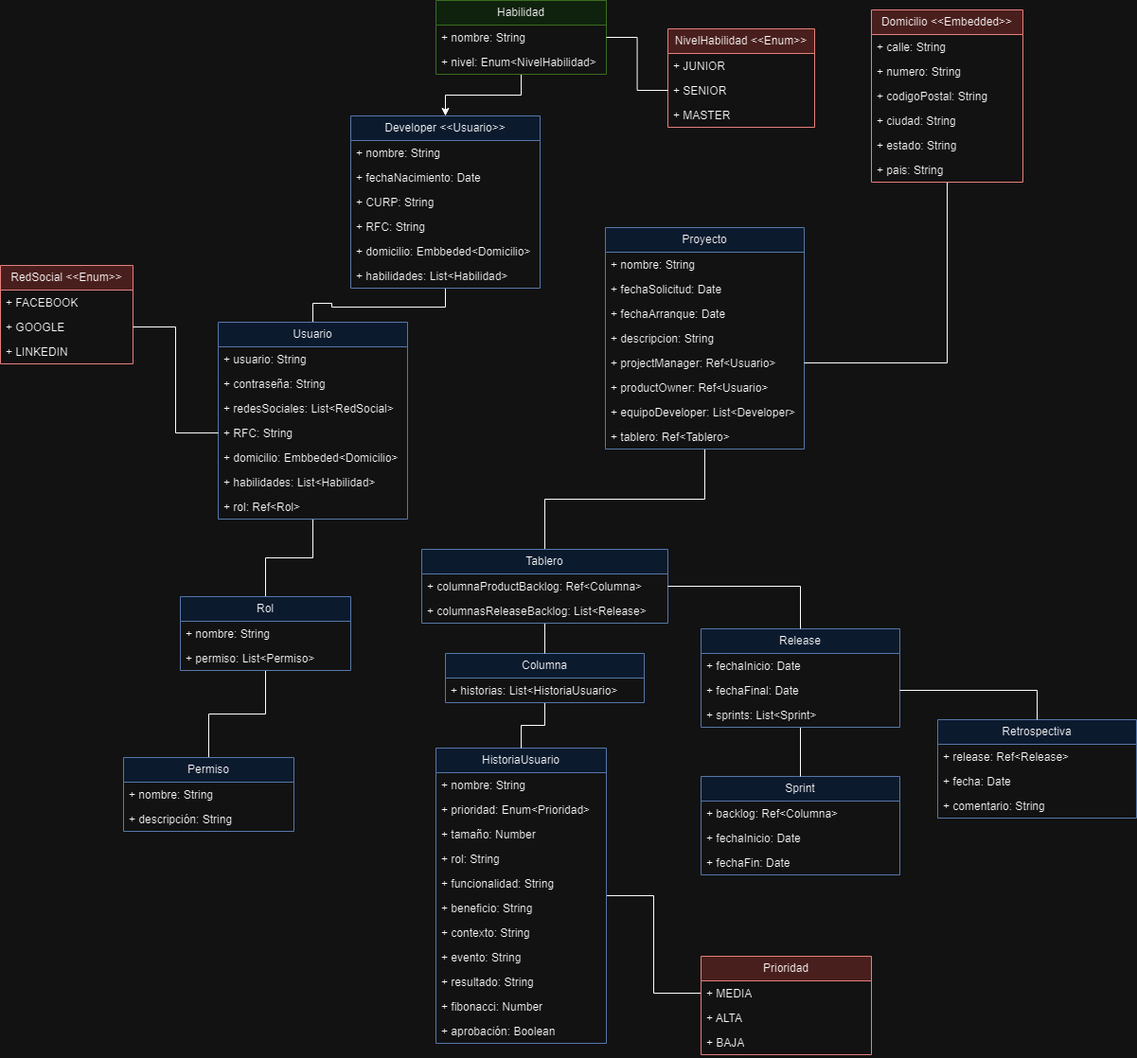
Earlier version of the draw.io export images/diagramadeclases.png (andrea441/proyecto-reto). Source tidied: cells renumbered, new cells last; positions are measured from the earlier drawing's top-left corner, leaving out a move shared by most shapes.
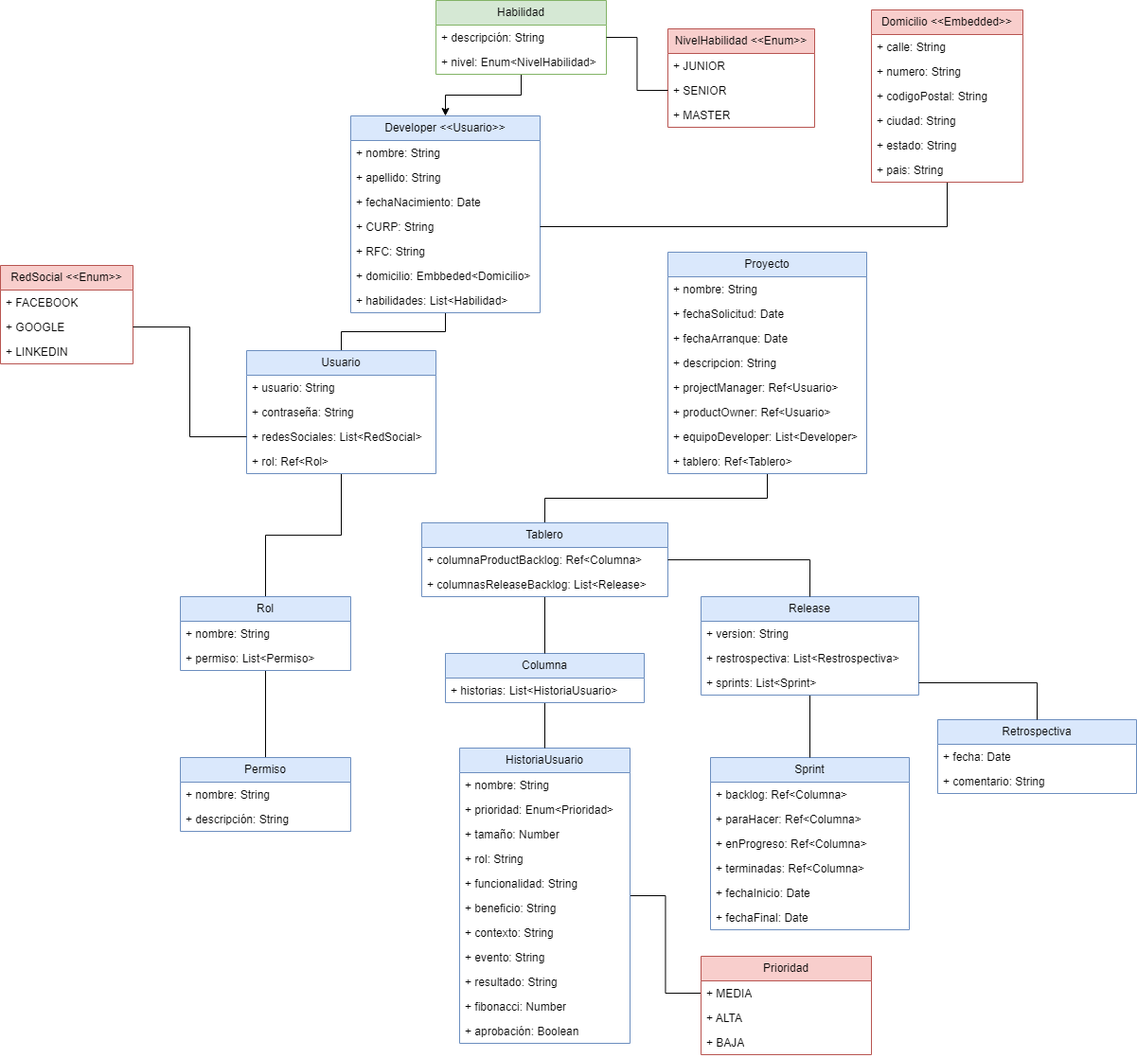
Later version of the same file.

Commit message:
Actualizando el diagrama de clases

What changed in the source:
```diff
@@ -6,7 +6,7 @@
       <mxGeometry relative="1" as="geometry" />
     </mxCell>
     <mxCell id="3" value="Proyecto" style="swimlane;fontStyle=0;horizontal=1;startSize=26;fillColor=#dae8fc;whiteSpace=wrap;html=1;strokeColor=#6c8ebf;" parent="1" vertex="1">
-      <mxGeometry x="639" y="240" width="210" height="234" as="geometry" />
+      <mxGeometry x="705" y="266" width="210" height="234" as="geometry" />
     </mxCell>
     <mxCell id="4" value="+ nombre: String" style="text;strokeColor=none;fillColor=none;align=left;verticalAlign=top;spacingLeft=4;spacingRight=4;overflow=hidden;whiteSpace=wrap;html=1;" parent="3" vertex="1">
       <mxGeometry y="26" width="210" height="26" as="geometry" />
@@ -36,27 +36,30 @@
       <mxGeometry relative="1" as="geometry" />
     </mxCell>
     <mxCell id="13" value="Developer &amp;lt;&amp;lt;Usuario&amp;gt;&amp;gt;" style="swimlane;fontStyle=0;horizontal=1;startSize=26;fillColor=#dae8fc;whiteSpace=wrap;html=1;strokeColor=#6c8ebf;" parent="1" vertex="1">
-      <mxGeometry x="370" y="122" width="200" height="182" as="geometry" />
+      <mxGeometry x="370" y="122" width="200" height="208" as="geometry" />
     </mxCell>
     <mxCell id="14" value="+ nombre: String" style="text;strokeColor=none;fillColor=none;align=left;verticalAlign=top;spacingLeft=4;spacingRight=4;overflow=hidden;whiteSpace=wrap;html=1;" parent="13" vertex="1">
       <mxGeometry y="26" width="200" height="26" as="geometry" />
     </mxCell>
+    <mxCell id="97" value="+ apellido: String" style="text;strokeColor=none;fillColor=none;align=left;verticalAlign=top;spacingLeft=4;spacingRight=4;overflow=hidden;whiteSpace=wrap;html=1;" parent="13" vertex="1">
+      <mxGeometry y="52" width="200" height="26" as="geometry" />
+    </mxCell>
     <mxCell id="15" value="+ fechaNacimiento: Date" style="text;strokeColor=none;fillColor=none;align=left;verticalAlign=top;spacingLeft=4;spacingRight=4;overflow=hidden;whiteSpace=wrap;html=1;" parent="13" vertex="1">
-      <mxGeometry y="52" width="200" height="26" as="geometry" />
+      <mxGeometry y="78" width="200" height="26" as="geometry" />
     </mxCell>
     <mxCell id="16" value="+ CURP: String" style="text;strokeColor=none;fillColor=none;align=left;verticalAlign=top;spacingLeft=4;spacingRight=4;overflow=hidden;points=[[0,0.5],[1,0.5]];portConstraint=eastwest;whiteSpace=wrap;html=1;" parent="13" vertex="1">
-      <mxGeometry y="78" width="200" height="26" as="geometry" />
+      <mxGeometry y="104" width="200" height="26" as="geometry" />
     </mxCell>
     <mxCell id="17" value="+ RFC: String" style="text;strokeColor=none;fillColor=none;align=left;verticalAlign=top;spacingLeft=4;spacingRight=4;overflow=hidden;whiteSpace=wrap;html=1;" parent="13" vertex="1">
-      <mxGeometry y="104" width="200" height="26" as="geometry" />
+      <mxGeometry y="130" width="200" height="26" as="geometry" />
     </mxCell>
     <mxCell id="18" value="+ domicilio: Embbeded&amp;lt;Domicilio&amp;gt;" style="text;strokeColor=none;fillColor=none;align=left;verticalAlign=top;spacingLeft=4;spacingRight=4;overflow=hidden;whiteSpace=wrap;html=1;" parent="13" vertex="1">
-      <mxGeometry y="130" width="200" height="26" as="geometry" />
+      <mxGeometry y="156" width="200" height="26" as="geometry" />
     </mxCell>
     <mxCell id="19" value="+ habilidades: List&amp;lt;Habilidad&amp;gt;" style="text;strokeColor=none;fillColor=none;align=left;verticalAlign=top;spacingLeft=4;spacingRight=4;overflow=hidden;whiteSpace=wrap;html=1;" parent="13" vertex="1">
-      <mxGeometry y="156" width="200" height="26" as="geometry" />
+      <mxGeometry y="182" width="200" height="26" as="geometry" />
     </mxCell>
-    <mxCell id="20" style="edgeStyle=orthogonalEdgeStyle;rounded=0;jettySize=auto;html=1;entryX=1;entryY=0.5;entryDx=0;entryDy=0;endArrow=none;endFill=0;" parent="1" edge="1" source="21" target="8">
+    <mxCell id="20" style="edgeStyle=orthogonalEdgeStyle;rounded=0;jettySize=auto;html=1;entryX=1;entryY=0.5;entryDx=0;entryDy=0;endArrow=none;endFill=0;" parent="1" edge="1" source="21" target="16">
       <mxGeometry relative="1" as="geometry" />
     </mxCell>
     <mxCell id="21" value="Domicilio &amp;lt;&amp;lt;Embedded&amp;gt;&amp;gt;" style="swimlane;fontStyle=0;horizontal=1;startSize=26;fillColor=#f8cecc;whiteSpace=wrap;html=1;strokeColor=#b85450;" parent="1" vertex="1">
@@ -98,7 +101,7 @@
     <mxCell id="33" value="Habilidad" style="swimlane;fontStyle=0;horizontal=1;startSize=26;fillColor=#d5e8d4;whiteSpace=wrap;html=1;strokeColor=#82b366;" parent="1" vertex="1">
       <mxGeometry x="460" width="180" height="78" as="geometry" />
     </mxCell>
-    <mxCell id="34" value="+ nombre: String" style="text;strokeColor=none;fillColor=none;align=left;verticalAlign=top;spacingLeft=4;spacingRight=4;overflow=hidden;points=[[0,0.5],[1,0.5]];portConstraint=eastwest;whiteSpace=wrap;html=1;" parent="33" vertex="1">
+    <mxCell id="34" value="+ descripción: String" style="text;strokeColor=none;fillColor=none;align=left;verticalAlign=top;spacingLeft=4;spacingRight=4;overflow=hidden;points=[[0,0.5],[1,0.5]];portConstraint=eastwest;whiteSpace=wrap;html=1;" parent="33" vertex="1">
       <mxGeometry y="26" width="180" height="26" as="geometry" />
     </mxCell>
     <mxCell id="35" value="+ nivel: Enum&amp;lt;NivelHabilidad&amp;gt;" style="text;strokeColor=none;fillColor=none;align=left;verticalAlign=top;spacingLeft=4;spacingRight=4;overflow=hidden;whiteSpace=wrap;html=1;" parent="33" vertex="1">
@@ -108,7 +111,7 @@
       <mxGeometry relative="1" as="geometry" />
     </mxCell>
     <mxCell id="37" value="Usuario" style="swimlane;fontStyle=0;horizontal=1;startSize=26;fillColor=#dae8fc;whiteSpace=wrap;html=1;strokeColor=#6c8ebf;" parent="1" vertex="1">
-      <mxGeometry x="230" y="340" width="200" height="208" as="geometry" />
+      <mxGeometry x="260" y="370" width="200" height="130" as="geometry" />
     </mxCell>
     <mxCell id="38" value="+ usuario: String" style="text;strokeColor=none;fillColor=none;align=left;verticalAlign=top;spacingLeft=4;spacingRight=4;overflow=hidden;whiteSpace=wrap;html=1;" parent="37" vertex="1">
       <mxGeometry y="26" width="200" height="26" as="geometry" />
@@ -119,17 +122,8 @@
     <mxCell id="40" value="+ redesSociales: List&amp;lt;RedSocial&amp;gt;" style="text;strokeColor=none;fillColor=none;align=left;verticalAlign=top;spacingLeft=4;spacingRight=4;overflow=hidden;points=[[0,0.5],[1,0.5]];portConstraint=eastwest;whiteSpace=wrap;html=1;" parent="37" vertex="1">
       <mxGeometry y="78" width="200" height="26" as="geometry" />
     </mxCell>
-    <mxCell id="41" value="+ RFC: String" style="text;strokeColor=none;fillColor=none;align=left;verticalAlign=top;spacingLeft=4;spacingRight=4;overflow=hidden;points=[[0,0.5],[1,0.5]];portConstraint=eastwest;whiteSpace=wrap;html=1;" parent="37" vertex="1">
-      <mxGeometry y="104" width="200" height="26" as="geometry" />
-    </mxCell>
-    <mxCell id="42" value="+ domicilio: Embbeded&amp;lt;Domicilio&amp;gt;" style="text;strokeColor=none;fillColor=none;align=left;verticalAlign=top;spacingLeft=4;spacingRight=4;overflow=hidden;whiteSpace=wrap;html=1;" parent="37" vertex="1">
-      <mxGeometry y="130" width="200" height="26" as="geometry" />
-    </mxCell>
-    <mxCell id="43" value="+ habilidades: List&amp;lt;Habilidad&amp;gt;" style="text;strokeColor=none;fillColor=none;align=left;verticalAlign=top;spacingLeft=4;spacingRight=4;overflow=hidden;whiteSpace=wrap;html=1;" parent="37" vertex="1">
-      <mxGeometry y="156" width="200" height="26" as="geometry" />
-    </mxCell>
     <mxCell id="44" value="+ rol: Ref&amp;lt;Rol&amp;gt;" style="text;strokeColor=none;fillColor=none;align=left;verticalAlign=top;spacingLeft=4;spacingRight=4;overflow=hidden;whiteSpace=wrap;html=1;" parent="37" vertex="1">
-      <mxGeometry y="182" width="200" height="26" as="geometry" />
+      <mxGeometry y="104" width="200" height="26" as="geometry" />
     </mxCell>
     <mxCell id="45" value="RedSocial &amp;lt;&amp;lt;Enum&amp;gt;&amp;gt;" style="swimlane;fontStyle=0;horizontal=1;startSize=26;fillColor=#f8cecc;whiteSpace=wrap;html=1;strokeColor=#b85450;" parent="1" vertex="1">
       <mxGeometry y="280" width="140" height="104" as="geometry" />
@@ -156,7 +150,7 @@
       <mxGeometry y="52" width="180" height="26" as="geometry" />
     </mxCell>
     <mxCell id="53" value="Permiso" style="swimlane;fontStyle=0;horizontal=1;startSize=26;fillColor=#dae8fc;whiteSpace=wrap;html=1;strokeColor=#6c8ebf;" parent="1" vertex="1">
-      <mxGeometry x="130" y="800" width="180" height="78" as="geometry" />
+      <mxGeometry x="190" y="800" width="180" height="78" as="geometry" />
     </mxCell>
     <mxCell id="54" value="+ nombre: String" style="text;strokeColor=none;fillColor=none;align=left;verticalAlign=top;spacingLeft=4;spacingRight=4;overflow=hidden;whiteSpace=wrap;html=1;" parent="53" vertex="1">
       <mxGeometry y="26" width="180" height="26" as="geometry" />
@@ -168,7 +162,7 @@
       <mxGeometry relative="1" as="geometry" />
     </mxCell>
     <mxCell id="57" value="HistoriaUsuario" style="swimlane;fontStyle=0;horizontal=1;startSize=26;fillColor=#dae8fc;whiteSpace=wrap;html=1;strokeColor=#6c8ebf;" parent="1" vertex="1">
-      <mxGeometry x="460" y="790" width="180" height="312" as="geometry" />
+      <mxGeometry x="485" y="790" width="180" height="312" as="geometry" />
     </mxCell>
     <mxCell id="58" value="+ nombre: String" style="text;strokeColor=none;fillColor=none;align=left;verticalAlign=top;spacingLeft=4;spacingRight=4;overflow=hidden;whiteSpace=wrap;html=1;" parent="57" vertex="1">
       <mxGeometry y="26" width="180" height="26" as="geometry" />
@@ -225,37 +219,46 @@
       <mxGeometry y="26" width="210" height="26" as="geometry" />
     </mxCell>
     <mxCell id="76" value="Sprint" style="swimlane;fontStyle=0;horizontal=1;startSize=26;fillColor=#dae8fc;whiteSpace=wrap;html=1;strokeColor=#6c8ebf;" parent="1" vertex="1">
-      <mxGeometry x="740" y="820" width="210" height="104" as="geometry" />
+      <mxGeometry x="750" y="800" width="210" height="182" as="geometry" />
     </mxCell>
     <mxCell id="77" value="+ backlog: Ref&amp;lt;Columna&amp;gt;" style="text;strokeColor=none;fillColor=none;align=left;verticalAlign=top;spacingLeft=4;spacingRight=4;overflow=hidden;whiteSpace=wrap;html=1;" parent="76" vertex="1">
       <mxGeometry y="26" width="210" height="26" as="geometry" />
     </mxCell>
-    <mxCell id="78" value="+ fechaInicio: Date" style="text;strokeColor=none;fillColor=none;align=left;verticalAlign=top;spacingLeft=4;spacingRight=4;overflow=hidden;whiteSpace=wrap;html=1;" parent="76" vertex="1">
-      <mxGeometry y="52" width="210" height="26" as="geometry" />
-    </mxCell>
-    <mxCell id="79" value="+ fechaFin: Date" style="text;strokeColor=none;fillColor=none;align=left;verticalAlign=top;spacingLeft=4;spacingRight=4;overflow=hidden;whiteSpace=wrap;html=1;" parent="76" vertex="1">
-      <mxGeometry y="78" width="210" height="26" as="geometry" />
-    </mxCell>
+    <mxCell id="98" value="+ paraHacer: Ref&amp;lt;Columna&amp;gt;" style="text;strokeColor=none;fillColor=none;align=left;verticalAlign=top;spacingLeft=4;spacingRight=4;overflow=hidden;whiteSpace=wrap;html=1;" parent="76" vertex="1">
+      <mxGeometry y="52" width="210" height="26" as="geometry" />
+    </mxCell>
+    <mxCell id="99" value="+ enProgreso: Ref&amp;lt;Columna&amp;gt;" style="text;strokeColor=none;fillColor=none;align=left;verticalAlign=top;spacingLeft=4;spacingRight=4;overflow=hidden;whiteSpace=wrap;html=1;" parent="76" vertex="1">
+      <mxGeometry y="78" width="210" height="26" as="geometry" />
+    </mxCell>
+    <mxCell id="100" value="+ terminadas: Ref&amp;lt;Columna&amp;gt;" style="text;strokeColor=none;fillColor=none;align=left;verticalAlign=top;spacingLeft=4;spacingRight=4;overflow=hidden;whiteSpace=wrap;html=1;" parent="76" vertex="1">
+      <mxGeometry y="104" width="210" height="26" as="geometry" />
+    </mxCell>
+    <mxCell id="101" value="+ fechaInicio: Date" style="text;strokeColor=none;fillColor=none;align=left;verticalAlign=top;spacingLeft=4;spacingRight=4;overflow=hidden;whiteSpace=wrap;html=1;" parent="76" vertex="1">
+      <mxGeometry y="130" width="210" height="26" as="geometry" />
+    </mxCell>
+    <mxCell id="83" value="+ fechaFinal: Date" style="text;strokeColor=none;fillColor=none;align=left;verticalAlign=top;spacingLeft=4;spacingRight=4;overflow=hidden;points=[[0,0.5],[1,0.5]];portConstraint=eastwest;whiteSpace=wrap;html=1;" parent="76" vertex="1">
+      <mxGeometry y="156" width="210" height="26" as="geometry" />
+    </mxCell>
     <mxCell id="80" style="edgeStyle=orthogonalEdgeStyle;rounded=0;jettySize=auto;html=1;endArrow=none;endFill=0;" parent="1" edge="1" source="81" target="76">
       <mxGeometry relative="1" as="geometry" />
     </mxCell>
     <mxCell id="81" value="Release" style="swimlane;fontStyle=0;horizontal=1;startSize=26;fillColor=#dae8fc;whiteSpace=wrap;html=1;strokeColor=#6c8ebf;" parent="1" vertex="1">
-      <mxGeometry x="740" y="664" width="210" height="104" as="geometry" />
+      <mxGeometry x="740" y="630" width="230" height="104" as="geometry" />
     </mxCell>
-    <mxCell id="82" value="+ fechaInicio: Date" style="text;strokeColor=none;fillColor=none;align=left;verticalAlign=top;spacingLeft=4;spacingRight=4;overflow=hidden;whiteSpace=wrap;html=1;" parent="81" vertex="1">
-      <mxGeometry y="26" width="210" height="26" as="geometry" />
-    </mxCell>
-    <mxCell id="83" value="+ fechaFinal: Date" style="text;strokeColor=none;fillColor=none;align=left;verticalAlign=top;spacingLeft=4;spacingRight=4;overflow=hidden;points=[[0,0.5],[1,0.5]];portConstraint=eastwest;whiteSpace=wrap;html=1;" parent="81" vertex="1">
-      <mxGeometry y="52" width="210" height="26" as="geometry" />
-    </mxCell>
+    <mxCell id="102" value="+ version: String" style="text;strokeColor=none;fillColor=none;align=left;verticalAlign=top;spacingLeft=4;spacingRight=4;overflow=hidden;whiteSpace=wrap;html=1;" parent="81" vertex="1">
+      <mxGeometry y="26" width="230" height="26" as="geometry" />
+    </mxCell>
+    <mxCell id="103" value="+ restrospectiva: List&amp;lt;Restrospectiva&amp;gt;" style="text;strokeColor=none;fillColor=none;align=left;verticalAlign=top;spacingLeft=4;spacingRight=4;overflow=hidden;whiteSpace=wrap;html=1;" parent="81" vertex="1">
+      <mxGeometry y="52" width="230" height="26" as="geometry" />
+    </mxCell>
     <mxCell id="84" value="+ sprints: List&amp;lt;Sprint&amp;gt;" style="text;strokeColor=none;fillColor=none;align=left;verticalAlign=top;spacingLeft=4;spacingRight=4;overflow=hidden;points=[[0,0.5],[1,0.5]];portConstraint=eastwest;whiteSpace=wrap;html=1;" parent="81" vertex="1">
-      <mxGeometry y="78" width="210" height="26" as="geometry" />
+      <mxGeometry y="78" width="230" height="26" as="geometry" />
     </mxCell>
     <mxCell id="85" style="edgeStyle=orthogonalEdgeStyle;rounded=0;jettySize=auto;html=1;endArrow=none;endFill=0;" parent="1" edge="1" source="86" target="74">
       <mxGeometry relative="1" as="geometry" />
     </mxCell>
     <mxCell id="86" value="Tablero" style="swimlane;fontStyle=0;horizontal=1;startSize=26;fillColor=#dae8fc;whiteSpace=wrap;html=1;strokeColor=#6c8ebf;" parent="1" vertex="1">
-      <mxGeometry x="445" y="580" width="260" height="78" as="geometry" />
+      <mxGeometry x="445" y="552" width="260" height="78" as="geometry" />
     </mxCell>
     <mxCell id="87" value="+ columnaProductBacklog: Ref&amp;lt;Columna&amp;gt;" style="text;strokeColor=none;fillColor=none;align=left;verticalAlign=top;spacingLeft=4;spacingRight=4;overflow=hidden;points=[[0,0.5],[1,0.5]];portConstraint=eastwest;whiteSpace=wrap;html=1;" parent="86" vertex="1">
       <mxGeometry y="26" width="260" height="26" as="geometry" />
@@ -264,24 +267,21 @@
       <mxGeometry y="52" width="260" height="26" as="geometry" />
     </mxCell>
     <mxCell id="89" value="Retrospectiva" style="swimlane;fontStyle=0;horizontal=1;startSize=26;fillColor=#dae8fc;whiteSpace=wrap;html=1;strokeColor=#6c8ebf;" parent="1" vertex="1">
-      <mxGeometry x="990" y="760" width="210" height="104" as="geometry" />
+      <mxGeometry x="990" y="760" width="210" height="78" as="geometry" />
     </mxCell>
-    <mxCell id="90" value="+ release: Ref&amp;lt;Release&amp;gt;" style="text;strokeColor=none;fillColor=none;align=left;verticalAlign=top;spacingLeft=4;spacingRight=4;overflow=hidden;whiteSpace=wrap;html=1;" parent="89" vertex="1">
-      <mxGeometry y="26" width="210" height="26" as="geometry" />
-    </mxCell>
     <mxCell id="91" value="+ fecha: Date" style="text;strokeColor=none;fillColor=none;align=left;verticalAlign=top;spacingLeft=4;spacingRight=4;overflow=hidden;whiteSpace=wrap;html=1;" parent="89" vertex="1">
-      <mxGeometry y="52" width="210" height="26" as="geometry" />
+      <mxGeometry y="26" width="210" height="26" as="geometry" />
     </mxCell>
     <mxCell id="92" value="+ comentario: String" style="text;strokeColor=none;fillColor=none;align=left;verticalAlign=top;spacingLeft=4;spacingRight=4;overflow=hidden;whiteSpace=wrap;html=1;" parent="89" vertex="1">
-      <mxGeometry y="78" width="210" height="26" as="geometry" />
+      <mxGeometry y="52" width="210" height="26" as="geometry" />
     </mxCell>
     <mxCell id="93" style="edgeStyle=orthogonalEdgeStyle;rounded=0;jettySize=auto;html=1;entryX=0.5;entryY=0;entryDx=0;entryDy=0;endArrow=none;endFill=0;" parent="1" edge="1" source="87" target="81">
       <mxGeometry relative="1" as="geometry" />
     </mxCell>
-    <mxCell id="94" style="edgeStyle=orthogonalEdgeStyle;rounded=0;jettySize=auto;html=1;entryX=0.5;entryY=0;entryDx=0;entryDy=0;endArrow=none;endFill=0;" parent="1" edge="1" source="83" target="89">
+    <mxCell id="94" style="edgeStyle=orthogonalEdgeStyle;rounded=0;jettySize=auto;html=1;entryX=0.5;entryY=0;entryDx=0;entryDy=0;endArrow=none;endFill=0;exitX=1;exitY=0.5;exitDx=0;exitDy=0;" parent="1" edge="1" source="84" target="89">
       <mxGeometry relative="1" as="geometry" />
     </mxCell>
-    <mxCell id="95" style="edgeStyle=orthogonalEdgeStyle;rounded=0;jettySize=auto;html=1;exitX=0;exitY=0.5;exitDx=0;exitDy=0;entryX=1;entryY=0.5;entryDx=0;entryDy=0;endArrow=none;endFill=0;" parent="1" edge="1" source="41" target="47">
+    <mxCell id="95" style="edgeStyle=orthogonalEdgeStyle;rounded=0;jettySize=auto;html=1;exitX=0;exitY=0.5;exitDx=0;exitDy=0;entryX=1;entryY=0.5;entryDx=0;entryDy=0;endArrow=none;endFill=0;" parent="1" edge="1" source="40" target="47">
       <mxGeometry relative="1" as="geometry" />
     </mxCell>
     <mxCell id="96" style="edgeStyle=orthogonalEdgeStyle;rounded=0;jettySize=auto;html=1;exitX=1;exitY=0.5;exitDx=0;exitDy=0;entryX=0;entryY=0.5;entryDx=0;entryDy=0;endArrow=none;endFill=0;" parent="1" edge="1" source="34" target="30">
```
